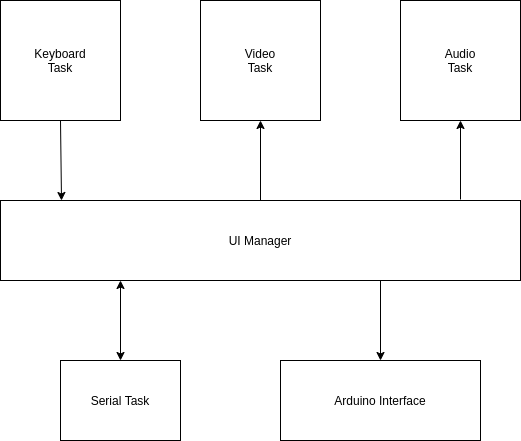
Earlier version of the draw.io export docs/RetroAV-SW-Block-Diagram.png (dervish77/RetroAV). Source tidied: cells renumbered, new cells last; positions are measured from the earlier drawing's top-left corner, leaving out a move shared by most shapes.
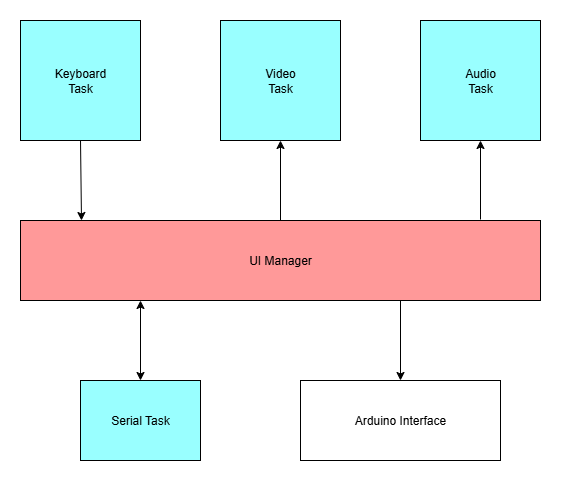
After the change.

Diff of the diagram source:
```diff
@@ -2,16 +2,16 @@
   <root>
     <mxCell id="0" />
     <mxCell id="1" parent="0" />
-    <mxCell id="2" value="UI Manager" style="rounded=0;whiteSpace=wrap;html=1;" parent="1" vertex="1">
+    <mxCell id="2" value="UI Manager" style="rounded=0;whiteSpace=wrap;html=1;fillColor=#FF9999;" parent="1" vertex="1">
       <mxGeometry y="200" width="520" height="80" as="geometry" />
     </mxCell>
-    <mxCell id="3" value="Keyboard&lt;br&gt;Task" style="rounded=0;whiteSpace=wrap;html=1;" parent="1" vertex="1">
+    <mxCell id="3" value="Keyboard&lt;br&gt;Task" style="rounded=0;whiteSpace=wrap;html=1;fillColor=#99FFFF;" parent="1" vertex="1">
       <mxGeometry width="120" height="120" as="geometry" />
     </mxCell>
-    <mxCell id="4" value="Audio&lt;br&gt;Task" style="rounded=0;whiteSpace=wrap;html=1;" parent="1" vertex="1">
+    <mxCell id="4" value="Audio&lt;br&gt;Task" style="rounded=0;whiteSpace=wrap;html=1;fillColor=#99FFFF;" parent="1" vertex="1">
       <mxGeometry x="400" width="120" height="120" as="geometry" />
     </mxCell>
-    <mxCell id="5" value="Video&lt;br&gt;Task" style="rounded=0;whiteSpace=wrap;html=1;" parent="1" vertex="1">
+    <mxCell id="5" value="Video&lt;br&gt;Task" style="rounded=0;whiteSpace=wrap;html=1;fillColor=#99FFFF;" parent="1" vertex="1">
       <mxGeometry x="200" width="120" height="120" as="geometry" />
     </mxCell>
     <mxCell id="6" style="endArrow=classic;html=1;exitX=0.5;exitY=1;exitDx=0;exitDy=0;" parent="1" edge="1" source="3">
@@ -35,7 +35,7 @@
         <mxPoint x="380" y="280" as="sourcePoint" />
       </mxGeometry>
     </mxCell>
-    <mxCell id="11" value="Serial Task" style="rounded=0;whiteSpace=wrap;html=1;" parent="1" vertex="1">
+    <mxCell id="11" value="Serial Task" style="rounded=0;whiteSpace=wrap;html=1;fillColor=#99FFFF;" parent="1" vertex="1">
       <mxGeometry x="60" y="360" width="120" height="80" as="geometry" />
     </mxCell>
     <mxCell id="12" style="endArrow=classic;startArrow=classic;html=1;exitX=0.5;exitY=0;exitDx=0;exitDy=0;" parent="1" edge="1" source="11">
```
